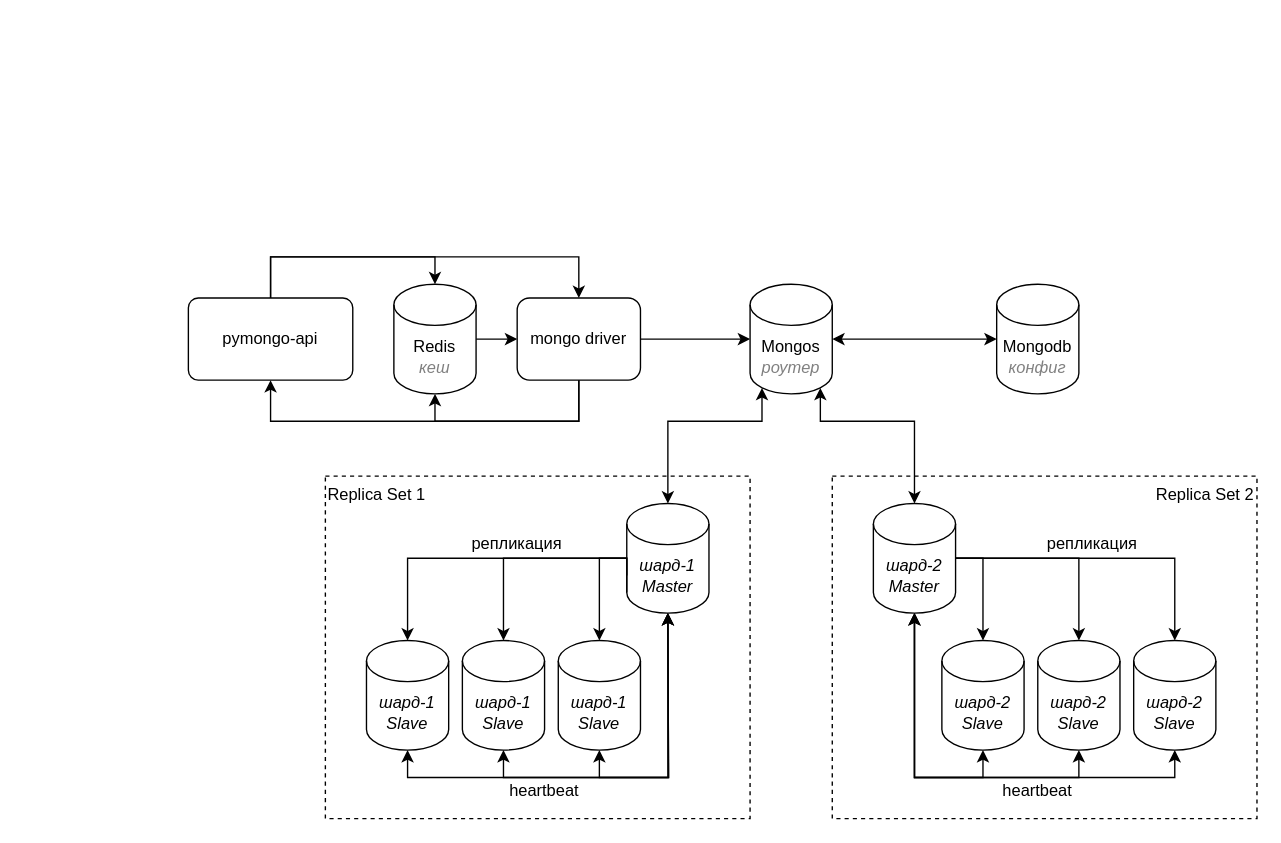
Above: page "3. Кеширование" (4 of 6) of sprint2.drawio in AndreyMirzoyan/architecture-sprint-2 (draw.io), before the change. Source tidied: cells renumbered, new cells numbered last; positions are measured from the earlier drawing's top-left corner, leaving out a move shared by most shapes. Both pictures are drawn from the tidied source at 137%, with x=0, y=0 at pixel (188, 256).
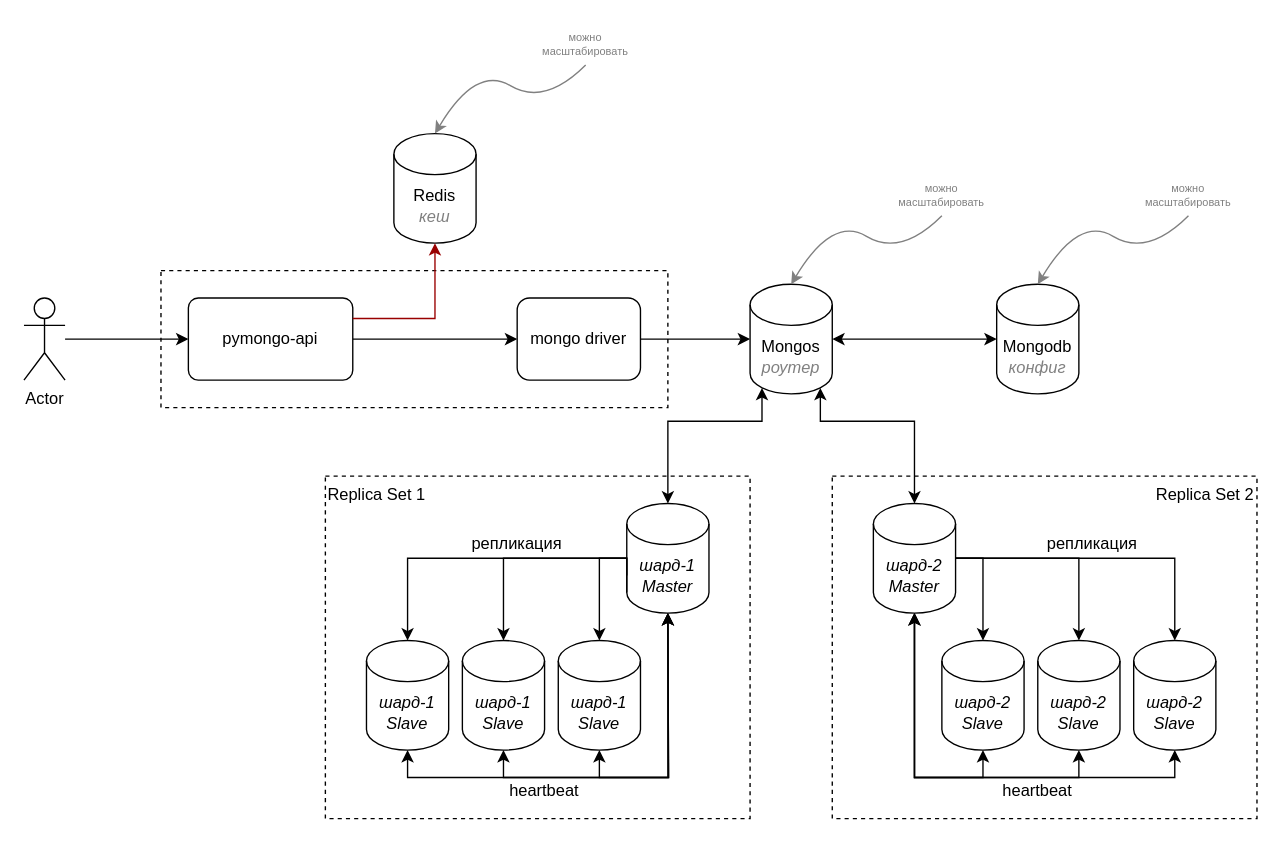
The same diagram, later.

The change refers to these unchanged cells:
```xml
<mxCell id="6" value="pymongo-api" style="rounded=1;whiteSpace=wrap;html=1;arcSize=12;absoluteArcSize=0;" parent="1" vertex="1">
  <mxGeometry y="30" width="120" height="60" as="geometry" />
</mxCell>
<mxCell id="12" value="mongo driver" style="rounded=1;whiteSpace=wrap;html=1;" parent="1" vertex="1">
  <mxGeometry x="240" y="30" width="90" height="60" as="geometry" />
</mxCell>
```

Change to the diagram source:
```diff
@@
+    <mxCell id="42" style="rounded=0;whiteSpace=wrap;html=1;dashed=1;" parent="1" vertex="1">
+      <mxGeometry x="-20" y="10" width="370" height="100" as="geometry" />
+    </mxCell>
@@
-    <mxCell id="5" style="edgeStyle=orthogonalEdgeStyle;rounded=0;jettySize=auto;html=1;exitX=1;exitY=0.5;exitDx=0;exitDy=0;entryX=0;entryY=0.5;entryDx=0;entryDy=0;" parent="1" edge="1" source="39" target="12">
-      <mxGeometry relative="1" as="geometry" />
-    </mxCell>
+    <mxCell id="40" style="edgeStyle=orthogonalEdgeStyle;rounded=0;jettySize=auto;html=1;exitX=1;exitY=0.5;exitDx=0;exitDy=0;entryX=0;entryY=0.5;entryDx=0;entryDy=0;" parent="1" edge="1" source="6" target="12">
+      <mxGeometry relative="1" as="geometry" />
+    </mxCell>
@@
-    <mxCell id="11" style="edgeStyle=orthogonalEdgeStyle;rounded=0;jettySize=auto;html=1;exitX=0.5;exitY=1;exitDx=0;exitDy=0;entryX=0.5;entryY=1;entryDx=0;entryDy=0;" parent="1" edge="1" source="12" target="6">
-      <mxGeometry relative="1" as="geometry">
-        <Array as="points">
-          <mxPoint x="285" y="120" />
-          <mxPoint x="60" y="120" />
-        </Array>
-      </mxGeometry>
-    </mxCell>
@@
+    <mxCell id="39" value="Redis&lt;div&gt;&lt;i&gt;&lt;font color=&quot;#808080&quot;&gt;кеш&lt;/font&gt;&lt;/i&gt;&lt;/div&gt;" style="shape=cylinder3;whiteSpace=wrap;html=1;boundedLbl=1;backgroundOutline=1;size=15;" parent="1" vertex="1">
+      <mxGeometry x="150" y="-90" width="60" height="80" as="geometry" />
+    </mxCell>
-    <mxCell id="38" style="edgeStyle=orthogonalEdgeStyle;rounded=0;jettySize=auto;html=1;exitX=0.5;exitY=0;exitDx=0;exitDy=0;entryX=0.5;entryY=0;entryDx=0;entryDy=0;entryPerimeter=0;" parent="1" edge="1" source="6" target="39">
+    <mxCell id="38" style="edgeStyle=orthogonalEdgeStyle;rounded=0;jettySize=auto;html=1;exitX=1;exitY=0.25;exitDx=0;exitDy=0;entryX=0.5;entryY=1;entryDx=0;entryDy=0;entryPerimeter=0;strokeColor=#990000;" parent="1" edge="1" source="6" target="39">
       <mxGeometry relative="1" as="geometry" />
     </mxCell>
-    <mxCell id="39" value="Redis&lt;div&gt;&lt;i&gt;&lt;font color=&quot;#808080&quot;&gt;кеш&lt;/font&gt;&lt;/i&gt;&lt;/div&gt;" style="shape=cylinder3;whiteSpace=wrap;html=1;boundedLbl=1;backgroundOutline=1;size=15;" parent="1" vertex="1">
-      <mxGeometry x="150" y="20" width="60" height="80" as="geometry" />
-    </mxCell>
-    <mxCell id="40" style="edgeStyle=orthogonalEdgeStyle;rounded=0;jettySize=auto;html=1;exitX=0.5;exitY=0;exitDx=0;exitDy=0;entryX=0.5;entryY=0;entryDx=0;entryDy=0;" parent="1" edge="1" source="6" target="12">
-      <mxGeometry relative="1" as="geometry">
-        <Array as="points">
-          <mxPoint x="60" />
-          <mxPoint x="285" />
-        </Array>
-      </mxGeometry>
-    </mxCell>
-    <mxCell id="41" style="edgeStyle=orthogonalEdgeStyle;rounded=0;jettySize=auto;html=1;exitX=0.5;exitY=1;exitDx=0;exitDy=0;entryX=0.5;entryY=1;entryDx=0;entryDy=0;entryPerimeter=0;" parent="1" edge="1" source="12" target="39">
-      <mxGeometry relative="1" as="geometry" />
-    </mxCell>
+    <mxCell id="43" style="edgeStyle=orthogonalEdgeStyle;rounded=0;jettySize=auto;html=1;entryX=0;entryY=0.5;entryDx=0;entryDy=0;" parent="1" edge="1" source="44" target="6">
+      <mxGeometry relative="1" as="geometry" />
+    </mxCell>
+    <mxCell id="44" value="Actor" style="shape=umlActor;verticalLabelPosition=bottom;verticalAlign=top;html=1;outlineConnect=0;" parent="1" vertex="1">
+      <mxGeometry x="-120" y="30" width="30" height="60" as="geometry" />
+    </mxCell>
+    <mxCell id="45" value="можно масштабировать" style="text;html=1;align=center;verticalAlign=middle;whiteSpace=wrap;rounded=0;fontSize=8;fontColor=#808080;" parent="1" vertex="1">
+      <mxGeometry x="690" y="-60" width="80" height="30" as="geometry" />
+    </mxCell>
+    <mxCell id="46" style="curved=1;endArrow=classic;html=1;rounded=0;entryX=0.5;entryY=0;entryDx=0;entryDy=0;entryPerimeter=0;exitX=0.5;exitY=1;exitDx=0;exitDy=0;fontColor=#808080;strokeColor=#808080;" parent="1" edge="1" source="45">
+      <mxGeometry relative="1" as="geometry">
+        <mxPoint x="620" y="20" as="targetPoint" />
+        <Array as="points">
+          <mxPoint x="700" />
+          <mxPoint x="650" y="-30" />
+        </Array>
+      </mxGeometry>
+    </mxCell>
+    <mxCell id="47" value="можно масштабировать" style="text;html=1;align=center;verticalAlign=middle;whiteSpace=wrap;rounded=0;fontSize=8;fontColor=#808080;" parent="1" vertex="1">
+      <mxGeometry x="510" y="-60" width="80" height="30" as="geometry" />
+    </mxCell>
+    <mxCell id="48" style="curved=1;endArrow=classic;html=1;rounded=0;entryX=0.5;entryY=0;entryDx=0;entryDy=0;entryPerimeter=0;exitX=0.5;exitY=1;exitDx=0;exitDy=0;fontColor=#808080;strokeColor=#808080;" parent="1" edge="1" source="47">
+      <mxGeometry relative="1" as="geometry">
+        <mxPoint x="440" y="20" as="targetPoint" />
+        <Array as="points">
+          <mxPoint x="520" />
+          <mxPoint x="470" y="-30" />
+        </Array>
+      </mxGeometry>
+    </mxCell>
+    <mxCell id="49" value="можно масштабировать" style="text;html=1;align=center;verticalAlign=middle;whiteSpace=wrap;rounded=0;fontSize=8;fontColor=#808080;" parent="1" vertex="1">
+      <mxGeometry x="250" y="-170" width="80" height="30" as="geometry" />
+    </mxCell>
+    <mxCell id="50" style="curved=1;endArrow=classic;html=1;rounded=0;entryX=0.5;entryY=0;entryDx=0;entryDy=0;entryPerimeter=0;exitX=0.5;exitY=1;exitDx=0;exitDy=0;fontColor=#808080;strokeColor=#808080;" parent="1" edge="1" source="49">
+      <mxGeometry relative="1" as="geometry">
+        <mxPoint x="180" y="-90" as="targetPoint" />
+        <Array as="points">
+          <mxPoint x="260" y="-110" />
+          <mxPoint x="210" y="-140" />
+        </Array>
+      </mxGeometry>
+    </mxCell>
```
